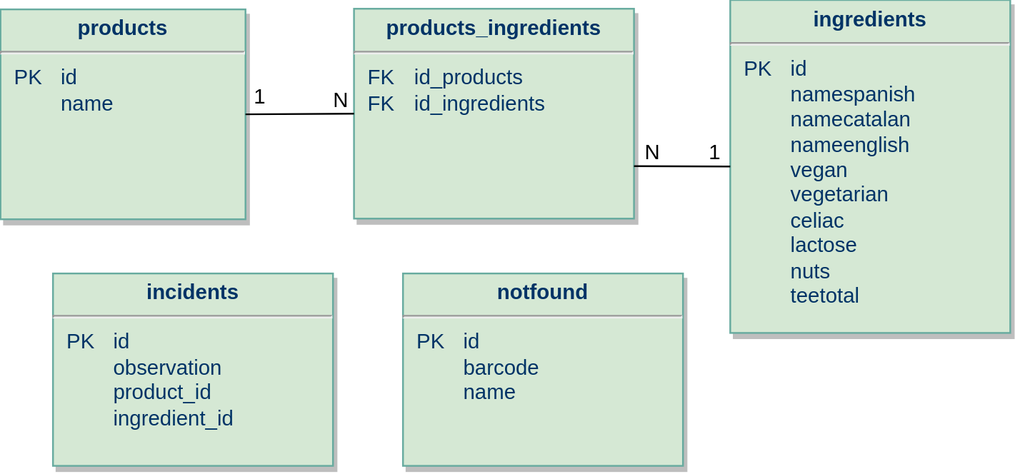
1601230/Taam-App keeps this draw.io diagram as Diagramas/Diagrama_Model-Relacional_TaamApp.svg. Above is the earlier version. Source tidied: cells renumbered, new cells last; positions are measured from the earlier drawing's top-left corner, leaving out a move shared by most shapes.
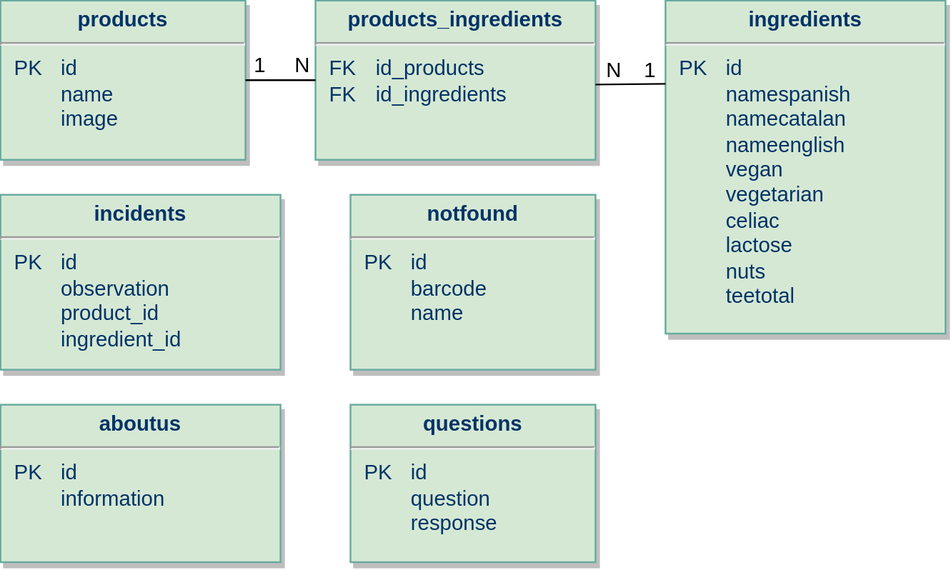
The same file after the commit.

Change to the diagram source:
```diff
@@ -2,27 +2,27 @@
   <root>
     <mxCell id="0" />
     <mxCell id="1" parent="0" />
-    <mxCell id="2" value="&lt;p style=&quot;margin: 4px 0px 0px; text-align: center;&quot;&gt;&lt;b style=&quot;&quot;&gt;products_ingredients&lt;/b&gt;&lt;/p&gt;&lt;hr&gt;&lt;p style=&quot;margin: 0px; margin-left: 8px;&quot;&gt;FK&lt;span style=&quot;white-space: pre;&quot;&gt;&#9;&lt;/span&gt;id_products&lt;br&gt;&lt;/p&gt;&lt;p style=&quot;margin: 0px; margin-left: 8px;&quot;&gt;FK&lt;span style=&quot;white-space: pre;&quot;&gt; &lt;span style=&quot;white-space: pre;&quot;&gt;&#9;&lt;/span&gt;&lt;/span&gt;id_ingredients&lt;/p&gt;" style="verticalAlign=top;align=left;overflow=fill;fontSize=12;fontFamily=Helvetica;html=1;strokeColor=#67AB9F;shadow=1;fillColor=#D5E8D4;fontColor=#003366;" parent="1" vertex="1">
-      <mxGeometry x="202" y="4.6" width="160" height="120" as="geometry" />
+    <mxCell id="2" value="&lt;p style=&quot;margin: 4px 0px 0px; text-align: center;&quot;&gt;&lt;b style=&quot;&quot;&gt;products_ingredients&lt;/b&gt;&lt;/p&gt;&lt;hr&gt;&lt;p style=&quot;margin: 0px; margin-left: 8px;&quot;&gt;FK&lt;span style=&quot;white-space: pre;&quot;&gt; &lt;span style=&quot;white-space: pre;&quot;&gt;&#9;&lt;/span&gt;&lt;/span&gt;id_products&lt;br&gt;&lt;/p&gt;&lt;p style=&quot;margin: 0px; margin-left: 8px;&quot;&gt;FK&lt;span style=&quot;white-space: pre;&quot;&gt; &lt;span style=&quot;white-space: pre;&quot;&gt;&#9;&lt;/span&gt;&lt;/span&gt;id_ingredients&lt;/p&gt;" style="verticalAlign=top;align=left;overflow=fill;fontSize=12;fontFamily=Helvetica;html=1;strokeColor=#67AB9F;shadow=1;fillColor=#D5E8D4;fontColor=#003366;" parent="1" vertex="1">
+      <mxGeometry x="180" y="5" width="160" height="91" as="geometry" />
     </mxCell>
-    <mxCell id="3" value="&lt;p style=&quot;margin: 4px 0px 0px; text-align: center;&quot;&gt;&lt;b style=&quot;&quot;&gt;notfound&lt;/b&gt;&lt;/p&gt;&lt;hr&gt;&lt;p style=&quot;margin: 0px; margin-left: 8px;&quot;&gt;PK&lt;span style=&quot;white-space: pre;&quot;&gt;&#9;&lt;/span&gt;id&lt;/p&gt;&lt;p style=&quot;margin: 0px; margin-left: 8px;&quot;&gt;&lt;span style=&quot;white-space: pre;&quot;&gt; &lt;span style=&quot;white-space: pre;&quot;&gt;&#9;&lt;/span&gt;&lt;/span&gt;barcode&lt;/p&gt;&lt;p style=&quot;margin: 0px; margin-left: 8px;&quot;&gt;&lt;span style=&quot;white-space: pre;&quot;&gt; &lt;span style=&quot;white-space: pre;&quot;&gt;&#9;&lt;/span&gt;&lt;/span&gt;name&lt;/p&gt;" style="verticalAlign=top;align=left;overflow=fill;fontSize=12;fontFamily=Helvetica;html=1;strokeColor=#67AB9F;shadow=1;fillColor=#D5E8D4;fontColor=#003366;" parent="1" vertex="1">
-      <mxGeometry x="230" y="156" width="160" height="110" as="geometry" />
+    <mxCell id="3" value="&lt;p style=&quot;margin: 4px 0px 0px; text-align: center;&quot;&gt;&lt;b style=&quot;&quot;&gt;notfound&lt;/b&gt;&lt;/p&gt;&lt;hr&gt;&lt;p style=&quot;margin: 0px; margin-left: 8px;&quot;&gt;PK&lt;span style=&quot;white-space: pre;&quot;&gt; &lt;span style=&quot;white-space: pre;&quot;&gt;&#9;&lt;/span&gt;&lt;/span&gt;id&lt;/p&gt;&lt;p style=&quot;margin: 0px; margin-left: 8px;&quot;&gt;&lt;span style=&quot;white-space: pre;&quot;&gt; &lt;span style=&quot;white-space: pre;&quot;&gt; &lt;span style=&quot;white-space: pre;&quot;&gt;&#9;&lt;/span&gt;&lt;/span&gt;&lt;/span&gt;barcode&lt;/p&gt;&lt;p style=&quot;margin: 0px; margin-left: 8px;&quot;&gt;&lt;span style=&quot;white-space: pre;&quot;&gt; &lt;span style=&quot;white-space: pre;&quot;&gt;&#9;&lt;/span&gt;&lt;/span&gt;name&lt;/p&gt;" style="verticalAlign=top;align=left;overflow=fill;fontSize=12;fontFamily=Helvetica;html=1;strokeColor=#67AB9F;shadow=1;fillColor=#D5E8D4;fontColor=#003366;" parent="1" vertex="1">
+      <mxGeometry x="200" y="116" width="140" height="100" as="geometry" />
     </mxCell>
-    <mxCell id="4" value="&lt;p style=&quot;margin: 4px 0px 0px; text-align: center;&quot;&gt;&lt;b style=&quot;&quot;&gt;incidents&lt;/b&gt;&lt;/p&gt;&lt;hr&gt;&lt;p style=&quot;margin: 0px; margin-left: 8px;&quot;&gt;PK&lt;span style=&quot;white-space: pre;&quot;&gt;&#9;&lt;/span&gt;id&lt;/p&gt;&lt;p style=&quot;margin: 0px; margin-left: 8px;&quot;&gt;&lt;span style=&quot;white-space: pre;&quot;&gt; &lt;span style=&quot;white-space: pre;&quot;&gt;&#9;&lt;/span&gt;&lt;/span&gt;observation&lt;/p&gt;&lt;p style=&quot;margin: 0px; margin-left: 8px;&quot;&gt;&lt;span style=&quot;white-space: pre;&quot;&gt; &lt;span style=&quot;white-space: pre;&quot;&gt;&#9;&lt;/span&gt;&lt;/span&gt;product_id&lt;/p&gt;&lt;p style=&quot;margin: 0px; margin-left: 8px;&quot;&gt;&lt;span style=&quot;white-space: pre;&quot;&gt; &lt;span style=&quot;white-space: pre;&quot;&gt;&#9;&lt;/span&gt;&lt;/span&gt;ingredient_id&lt;/p&gt;" style="verticalAlign=top;align=left;overflow=fill;fontSize=12;fontFamily=Helvetica;html=1;strokeColor=#67AB9F;shadow=1;fillColor=#D5E8D4;fontColor=#003366;" parent="1" vertex="1">
-      <mxGeometry x="30" y="156" width="160" height="110" as="geometry" />
+    <mxCell id="4" value="&lt;p style=&quot;margin: 4px 0px 0px; text-align: center;&quot;&gt;&lt;b style=&quot;&quot;&gt;incidents&lt;/b&gt;&lt;/p&gt;&lt;hr&gt;&lt;p style=&quot;margin: 0px; margin-left: 8px;&quot;&gt;PK&lt;span style=&quot;white-space: pre;&quot;&gt; &lt;span style=&quot;white-space: pre;&quot;&gt;&#9;&lt;/span&gt;&lt;/span&gt;id&lt;/p&gt;&lt;p style=&quot;margin: 0px; margin-left: 8px;&quot;&gt;&lt;span style=&quot;white-space: pre;&quot;&gt; &lt;span style=&quot;white-space: pre;&quot;&gt; &lt;span style=&quot;white-space: pre;&quot;&gt;&#9;&lt;/span&gt;&lt;/span&gt;&lt;/span&gt;observation&lt;/p&gt;&lt;p style=&quot;margin: 0px; margin-left: 8px;&quot;&gt;&lt;span style=&quot;white-space: pre;&quot;&gt; &lt;span style=&quot;white-space: pre;&quot;&gt; &lt;span style=&quot;white-space: pre;&quot;&gt;&#9;&lt;/span&gt;&lt;/span&gt;&lt;/span&gt;product_id&lt;/p&gt;&lt;p style=&quot;margin: 0px; margin-left: 8px;&quot;&gt;&lt;span style=&quot;white-space: pre;&quot;&gt; &lt;span style=&quot;white-space: pre;&quot;&gt; &lt;span style=&quot;white-space: pre;&quot;&gt;&#9;&lt;/span&gt;&lt;/span&gt;&lt;/span&gt;ingredient_id&lt;/p&gt;" style="verticalAlign=top;align=left;overflow=fill;fontSize=12;fontFamily=Helvetica;html=1;strokeColor=#67AB9F;shadow=1;fillColor=#D5E8D4;fontColor=#003366;" parent="1" vertex="1">
+      <mxGeometry y="116" width="160" height="100" as="geometry" />
     </mxCell>
-    <mxCell id="5" value="&lt;p style=&quot;margin: 4px 0px 0px; text-align: center;&quot;&gt;&lt;b style=&quot;&quot;&gt;ingredients&lt;/b&gt;&lt;/p&gt;&lt;hr&gt;&lt;p style=&quot;margin: 0px; margin-left: 8px;&quot;&gt;PK&lt;span style=&quot;white-space: pre;&quot;&gt; &lt;span style=&quot;white-space: pre;&quot;&gt;&#9;&lt;/span&gt;&lt;/span&gt;id&lt;/p&gt;&lt;p style=&quot;margin: 0px; margin-left: 8px;&quot;&gt;&lt;span style=&quot;white-space: pre;&quot;&gt; &lt;span style=&quot;white-space: pre;&quot;&gt;&#9;&lt;/span&gt;&lt;/span&gt;namespanish&lt;/p&gt;&lt;p style=&quot;margin: 0px; margin-left: 8px;&quot;&gt;&lt;span style=&quot;white-space: pre;&quot;&gt; &lt;span style=&quot;white-space: pre;&quot;&gt;&#9;&lt;/span&gt;&lt;/span&gt;namecatalan&lt;/p&gt;&lt;p style=&quot;margin: 0px; margin-left: 8px;&quot;&gt;&lt;span style=&quot;white-space: pre;&quot;&gt; &lt;span style=&quot;white-space: pre;&quot;&gt;&#9;&lt;/span&gt;&lt;/span&gt;nameenglish&lt;/p&gt;&lt;p style=&quot;margin: 0px; margin-left: 8px;&quot;&gt;&lt;span style=&quot;white-space: pre;&quot;&gt; &lt;span style=&quot;white-space: pre;&quot;&gt;&#9;&lt;/span&gt;&lt;/span&gt;vegan&lt;/p&gt;&lt;p style=&quot;margin: 0px; margin-left: 8px;&quot;&gt;&lt;span style=&quot;white-space: pre;&quot;&gt; &lt;span style=&quot;white-space: pre;&quot;&gt;&#9;&lt;/span&gt;&lt;/span&gt;vegetarian&lt;/p&gt;&lt;p style=&quot;margin: 0px; margin-left: 8px;&quot;&gt;&lt;span style=&quot;white-space: pre;&quot;&gt; &lt;span style=&quot;white-space: pre;&quot;&gt;&#9;&lt;/span&gt;&lt;/span&gt;celiac&lt;/p&gt;&lt;p style=&quot;margin: 0px; margin-left: 8px;&quot;&gt;&lt;span style=&quot;white-space: pre;&quot;&gt; &lt;span style=&quot;white-space: pre;&quot;&gt;&#9;&lt;/span&gt;&lt;/span&gt;lactose&lt;/p&gt;&lt;p style=&quot;margin: 0px; margin-left: 8px;&quot;&gt;&lt;span style=&quot;white-space: pre;&quot;&gt; &lt;span style=&quot;white-space: pre;&quot;&gt;&#9;&lt;/span&gt;&lt;/span&gt;nuts&lt;/p&gt;&lt;p style=&quot;margin: 0px; margin-left: 8px;&quot;&gt;&lt;span style=&quot;white-space: pre;&quot;&gt; &lt;span style=&quot;white-space: pre;&quot;&gt;&#9;&lt;/span&gt;&lt;/span&gt;teetotal&lt;/p&gt;" style="verticalAlign=top;align=left;overflow=fill;fontSize=12;fontFamily=Helvetica;html=1;strokeColor=#67AB9F;shadow=1;fillColor=#D5E8D4;fontColor=#003366;" parent="1" vertex="1">
-      <mxGeometry x="417" y="-0.4" width="160" height="190.4" as="geometry" />
+    <mxCell id="5" value="&lt;p style=&quot;margin: 4px 0px 0px; text-align: center;&quot;&gt;&lt;b style=&quot;&quot;&gt;ingredients&lt;/b&gt;&lt;/p&gt;&lt;hr&gt;&lt;p style=&quot;margin: 0px; margin-left: 8px;&quot;&gt;PK&lt;span style=&quot;white-space: pre;&quot;&gt; &lt;span style=&quot;white-space: pre;&quot;&gt; &lt;span style=&quot;white-space: pre;&quot;&gt;&#9;&lt;/span&gt;&lt;/span&gt;&lt;/span&gt;id&lt;/p&gt;&lt;p style=&quot;margin: 0px; margin-left: 8px;&quot;&gt;&lt;span style=&quot;white-space: pre;&quot;&gt; &lt;span style=&quot;white-space: pre;&quot;&gt; &lt;span style=&quot;white-space: pre;&quot;&gt;&#9;&lt;/span&gt;&lt;/span&gt;&lt;/span&gt;namespanish&lt;/p&gt;&lt;p style=&quot;margin: 0px; margin-left: 8px;&quot;&gt;&lt;span style=&quot;white-space: pre;&quot;&gt; &lt;span style=&quot;white-space: pre;&quot;&gt; &lt;span style=&quot;white-space: pre;&quot;&gt;&#9;&lt;/span&gt;&lt;/span&gt;&lt;/span&gt;namecatalan&lt;/p&gt;&lt;p style=&quot;margin: 0px; margin-left: 8px;&quot;&gt;&lt;span style=&quot;white-space: pre;&quot;&gt; &lt;span style=&quot;white-space: pre;&quot;&gt; &lt;span style=&quot;white-space: pre;&quot;&gt;&#9;&lt;/span&gt;&lt;/span&gt;&lt;/span&gt;nameenglish&lt;/p&gt;&lt;p style=&quot;margin: 0px; margin-left: 8px;&quot;&gt;&lt;span style=&quot;white-space: pre;&quot;&gt; &lt;span style=&quot;white-space: pre;&quot;&gt; &lt;span style=&quot;white-space: pre;&quot;&gt;&#9;&lt;/span&gt;&lt;/span&gt;&lt;/span&gt;vegan&lt;/p&gt;&lt;p style=&quot;margin: 0px; margin-left: 8px;&quot;&gt;&lt;span style=&quot;white-space: pre;&quot;&gt; &lt;span style=&quot;white-space: pre;&quot;&gt; &lt;span style=&quot;white-space: pre;&quot;&gt;&#9;&lt;/span&gt;&lt;/span&gt;&lt;/span&gt;vegetarian&lt;/p&gt;&lt;p style=&quot;margin: 0px; margin-left: 8px;&quot;&gt;&lt;span style=&quot;white-space: pre;&quot;&gt; &lt;span style=&quot;white-space: pre;&quot;&gt; &lt;span style=&quot;white-space: pre;&quot;&gt;&#9;&lt;/span&gt;&lt;/span&gt;&lt;/span&gt;celiac&lt;/p&gt;&lt;p style=&quot;margin: 0px; margin-left: 8px;&quot;&gt;&lt;span style=&quot;white-space: pre;&quot;&gt; &lt;span style=&quot;white-space: pre;&quot;&gt; &lt;span style=&quot;white-space: pre;&quot;&gt;&#9;&lt;/span&gt;&lt;/span&gt;&lt;/span&gt;lactose&lt;/p&gt;&lt;p style=&quot;margin: 0px; margin-left: 8px;&quot;&gt;&lt;span style=&quot;white-space: pre;&quot;&gt; &lt;span style=&quot;white-space: pre;&quot;&gt; &lt;span style=&quot;white-space: pre;&quot;&gt;&#9;&lt;/span&gt;&lt;/span&gt;&lt;/span&gt;nuts&lt;/p&gt;&lt;p style=&quot;margin: 0px; margin-left: 8px;&quot;&gt;&lt;span style=&quot;white-space: pre;&quot;&gt; &lt;span style=&quot;white-space: pre;&quot;&gt; &lt;span style=&quot;white-space: pre;&quot;&gt;&#9;&lt;/span&gt;&lt;/span&gt;&lt;/span&gt;teetotal&lt;/p&gt;" style="verticalAlign=top;align=left;overflow=fill;fontSize=12;fontFamily=Helvetica;html=1;strokeColor=#67AB9F;shadow=1;fillColor=#D5E8D4;fontColor=#003366;" parent="1" vertex="1">
+      <mxGeometry x="380" y="5" width="160" height="190.4" as="geometry" />
     </mxCell>
-    <mxCell id="6" value="&lt;p style=&quot;margin: 4px 0px 0px; text-align: center;&quot;&gt;&lt;b style=&quot;&quot;&gt;products&lt;/b&gt;&lt;/p&gt;&lt;hr&gt;&lt;p style=&quot;margin: 0px; margin-left: 8px;&quot;&gt;PK&lt;span style=&quot;white-space: pre;&quot;&gt;&#9;&lt;/span&gt;id&lt;/p&gt;&lt;p style=&quot;margin: 0px; margin-left: 8px;&quot;&gt;&lt;span style=&quot;white-space: pre;&quot;&gt; &lt;span style=&quot;white-space: pre;&quot;&gt;&#9;&lt;/span&gt;&lt;/span&gt;name&lt;/p&gt;" style="verticalAlign=top;align=left;overflow=fill;fontSize=12;fontFamily=Helvetica;html=1;strokeColor=#67AB9F;shadow=1;fillColor=#D5E8D4;fontColor=#003366;" parent="1" vertex="1">
-      <mxGeometry y="5" width="140" height="120" as="geometry" />
+    <mxCell id="6" value="&lt;p style=&quot;margin: 4px 0px 0px; text-align: center;&quot;&gt;&lt;b style=&quot;&quot;&gt;products&lt;/b&gt;&lt;/p&gt;&lt;hr&gt;&lt;p style=&quot;margin: 0px; margin-left: 8px;&quot;&gt;PK&lt;span style=&quot;white-space: pre;&quot;&gt; &lt;span style=&quot;white-space: pre;&quot;&gt;&#9;&lt;/span&gt;&lt;/span&gt;id&lt;/p&gt;&lt;p style=&quot;margin: 0px; margin-left: 8px;&quot;&gt;&lt;span style=&quot;white-space: pre;&quot;&gt; &lt;span style=&quot;white-space: pre;&quot;&gt; &lt;span style=&quot;white-space: pre;&quot;&gt;&#9;&lt;/span&gt;&lt;/span&gt;&lt;/span&gt;name&lt;/p&gt;&lt;p style=&quot;margin: 0px; margin-left: 8px;&quot;&gt;&lt;span style=&quot;white-space: pre;&quot;&gt;&#9;&lt;/span&gt;image&lt;br&gt;&lt;/p&gt;" style="verticalAlign=top;align=left;overflow=fill;fontSize=12;fontFamily=Helvetica;html=1;strokeColor=#67AB9F;shadow=1;fillColor=#D5E8D4;fontColor=#003366;" parent="1" vertex="1">
+      <mxGeometry y="5" width="140" height="91" as="geometry" />
     </mxCell>
     <mxCell id="7" style="endArrow=none;html=1;rounded=0;exitX=1;exitY=0.5;exitDx=0;exitDy=0;entryX=0;entryY=0.5;entryDx=0;entryDy=0;" parent="1" edge="1" source="6" target="2">
       <mxGeometry relative="1" as="geometry" />
     </mxCell>
     <mxCell id="8" value="1" style="html=1;whiteSpace=wrap;align=left;verticalAlign=bottom;" parent="7" vertex="1">
       <mxGeometry x="-1" relative="1" as="geometry">
-        <mxPoint x="3" y="-2" as="offset" />
+        <mxPoint x="3" as="offset" />
       </mxGeometry>
     </mxCell>
     <mxCell id="9" value="N" style="html=1;whiteSpace=wrap;align=right;verticalAlign=bottom;" parent="7" vertex="1">
@@ -30,12 +30,14 @@
         <mxPoint x="-2" as="offset" />
       </mxGeometry>
     </mxCell>
-    <mxCell id="10" style="endArrow=none;html=1;rounded=0;entryX=1;entryY=0.75;entryDx=0;entryDy=0;exitX=0;exitY=0.5;exitDx=0;exitDy=0;" parent="1" edge="1" source="5" target="2">
-      <mxGeometry relative="1" as="geometry" />
+    <mxCell id="10" style="endArrow=none;html=1;rounded=0;exitX=0;exitY=0.25;exitDx=0;exitDy=0;" parent="1" edge="1" source="5">
+      <mxGeometry relative="1" as="geometry">
+        <mxPoint x="340" y="53" as="targetPoint" />
+      </mxGeometry>
     </mxCell>
     <mxCell id="11" value="1" style="html=1;whiteSpace=wrap;align=left;verticalAlign=bottom;" parent="10" vertex="1">
       <mxGeometry x="-1" relative="1" as="geometry">
-        <mxPoint x="-14" as="offset" />
+        <mxPoint x="-14" y="1" as="offset" />
       </mxGeometry>
     </mxCell>
     <mxCell id="12" value="N" style="html=1;whiteSpace=wrap;align=right;verticalAlign=bottom;" parent="10" vertex="1">
@@ -43,5 +45,11 @@
         <mxPoint x="16" as="offset" />
       </mxGeometry>
     </mxCell>
+    <mxCell id="13" value="&lt;p style=&quot;margin: 4px 0px 0px; text-align: center;&quot;&gt;&lt;b style=&quot;&quot;&gt;aboutus&lt;/b&gt;&lt;/p&gt;&lt;hr&gt;&lt;p style=&quot;margin: 0px; margin-left: 8px;&quot;&gt;PK&lt;span style=&quot;white-space: pre;&quot;&gt; &lt;span style=&quot;white-space: pre;&quot;&gt;&#9;&lt;/span&gt;&lt;/span&gt;id&lt;/p&gt;&lt;p style=&quot;margin: 0px; margin-left: 8px;&quot;&gt;&lt;span style=&quot;white-space: pre;&quot;&gt; &lt;span style=&quot;white-space: pre;&quot;&gt; &lt;span style=&quot;white-space: pre;&quot;&gt;&#9;&lt;/span&gt;information&lt;/span&gt;&lt;/span&gt;&lt;/p&gt;" style="verticalAlign=top;align=left;overflow=fill;fontSize=12;fontFamily=Helvetica;html=1;strokeColor=#67AB9F;shadow=1;fillColor=#D5E8D4;fontColor=#003366;" parent="1" vertex="1">
+      <mxGeometry y="236" width="160" height="90" as="geometry" />
+    </mxCell>
+    <mxCell id="14" value="&lt;p style=&quot;margin: 4px 0px 0px; text-align: center;&quot;&gt;&lt;b style=&quot;&quot;&gt;questions&lt;/b&gt;&lt;/p&gt;&lt;hr&gt;&lt;p style=&quot;margin: 0px; margin-left: 8px;&quot;&gt;PK&lt;span style=&quot;white-space: pre;&quot;&gt; &lt;span style=&quot;white-space: pre;&quot;&gt;&#9;&lt;/span&gt;&lt;/span&gt;id&lt;/p&gt;&lt;p style=&quot;margin: 0px; margin-left: 8px;&quot;&gt;&lt;span style=&quot;white-space: pre;&quot;&gt; &lt;span style=&quot;white-space: pre;&quot;&gt; &lt;span style=&quot;white-space: pre;&quot;&gt;&#9;&lt;/span&gt;question&lt;/span&gt;&lt;/span&gt;&lt;/p&gt;&lt;p style=&quot;margin: 0px; margin-left: 8px;&quot;&gt;&lt;span style=&quot;white-space: pre;&quot;&gt;&lt;span style=&quot;white-space: pre;&quot;&gt;&lt;span style=&quot;white-space: pre;&quot;&gt;&#9;&lt;/span&gt;response&lt;br&gt;&lt;/span&gt;&lt;/span&gt;&lt;/p&gt;" style="verticalAlign=top;align=left;overflow=fill;fontSize=12;fontFamily=Helvetica;html=1;strokeColor=#67AB9F;shadow=1;fillColor=#D5E8D4;fontColor=#003366;" parent="1" vertex="1">
+      <mxGeometry x="200" y="236" width="140" height="90" as="geometry" />
+    </mxCell>
   </root>
 </mxGraphModel>
```
